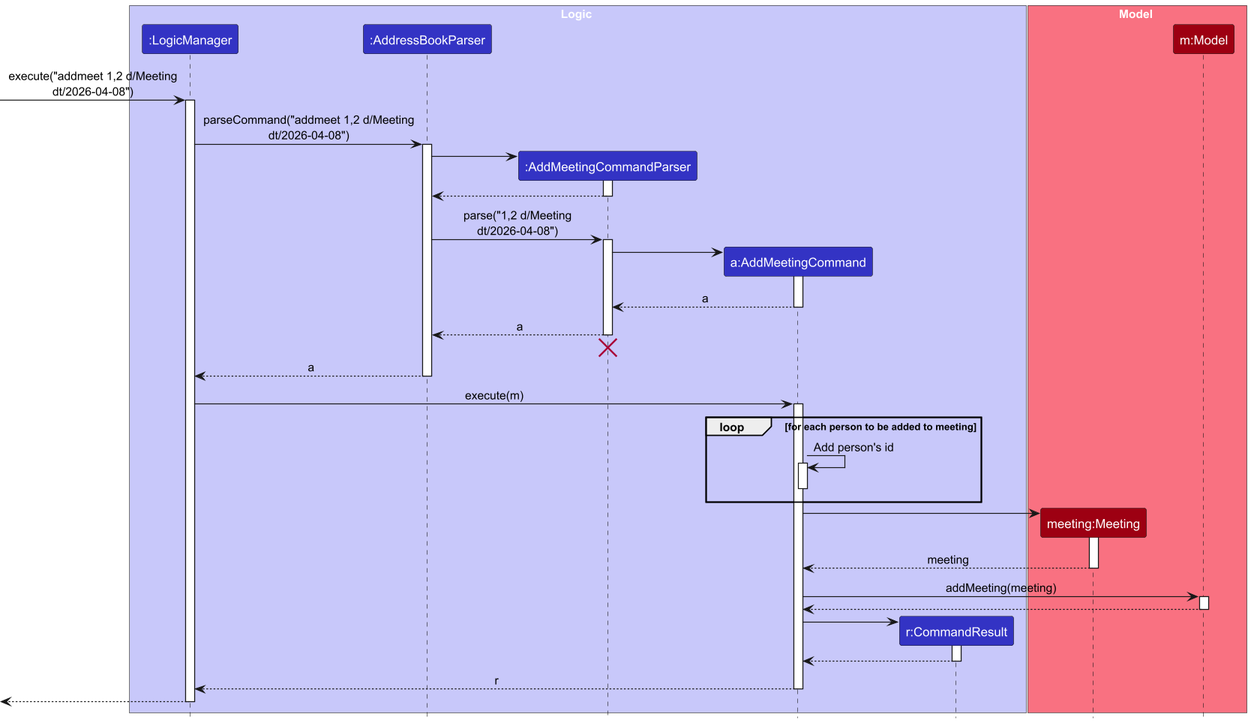
Earlier version of the PlantUML export docs/images/AddMeetingCommandSequenceDiagram.png (AY2526S2-CS2103T-T12-3/tp).
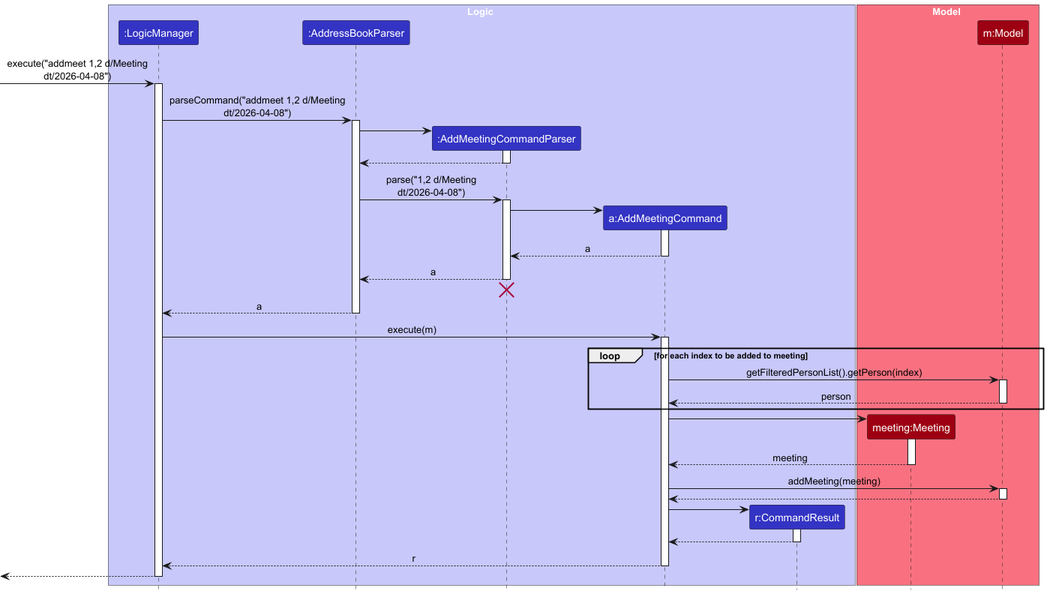
The same file after the commit.

Commit message:
Update sequence diagram image

The edit, as a diff of the source:
```diff
@@ -51,12 +51,14 @@
 LogicManager -> AddMeetingCommand : execute(m)
 activate AddMeetingCommand
 
-loop TRANSPARENT_COLOR for each person to be added to meeting
+loop TRANSPARENT_COLOR for each index to be added to meeting
 
-AddMeetingCommand -> AddMeetingCommand : Add person's id
-activate AddMeetingCommand
+AddMeetingCommand -> Model : getFilteredPersonList().getPerson(index)
+activate Model
 
-deactivate AddMeetingCommand
+Model --> AddMeetingCommand : person
+deactivate Model
+
 end
 
 create Meeting
```
